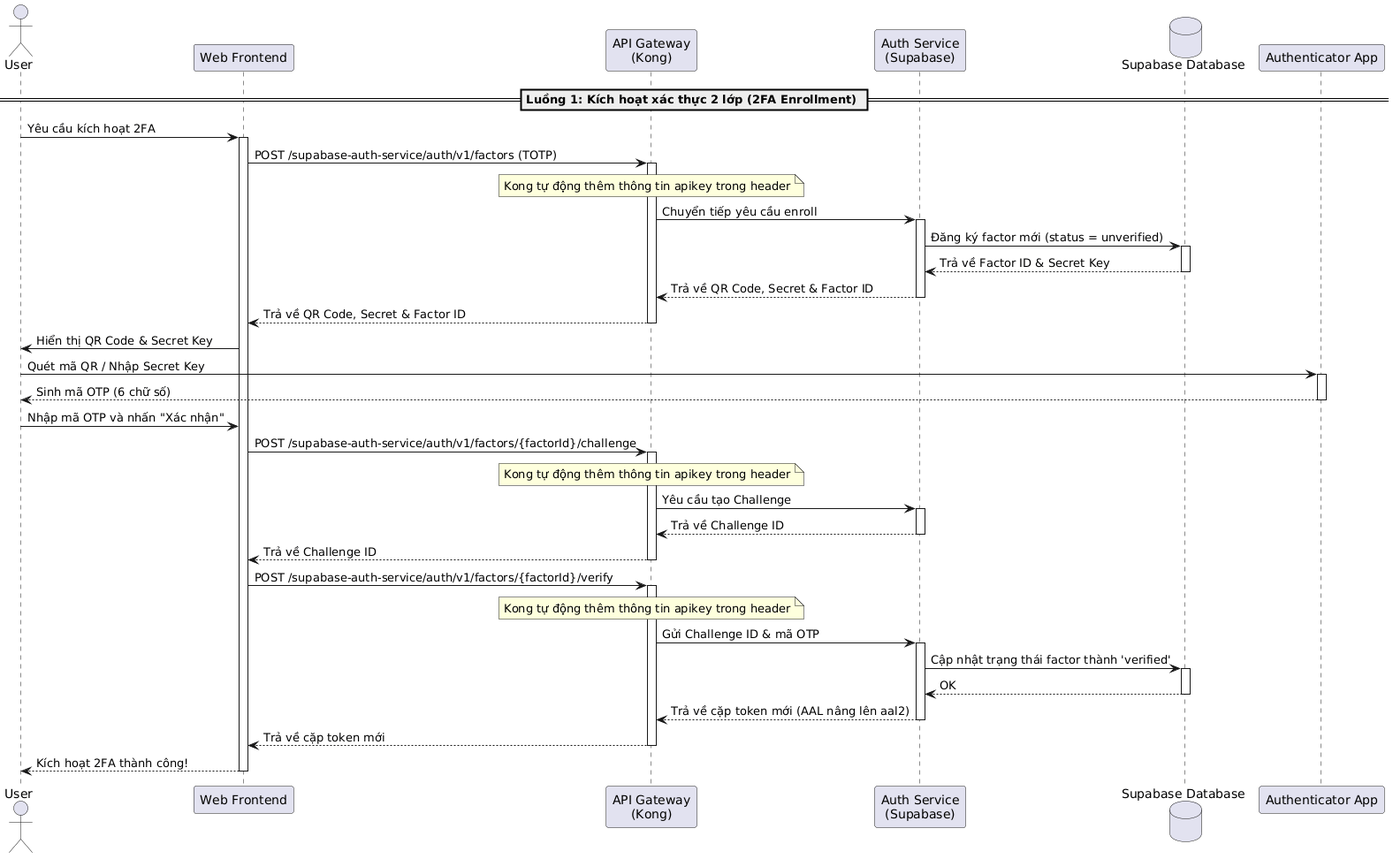
20206205Tech/docs-latex keeps this PlantUML diagram as latex/contents/Sequence/UML-Sequence-UserMfaEnrollment.png. Above is the earlier version.
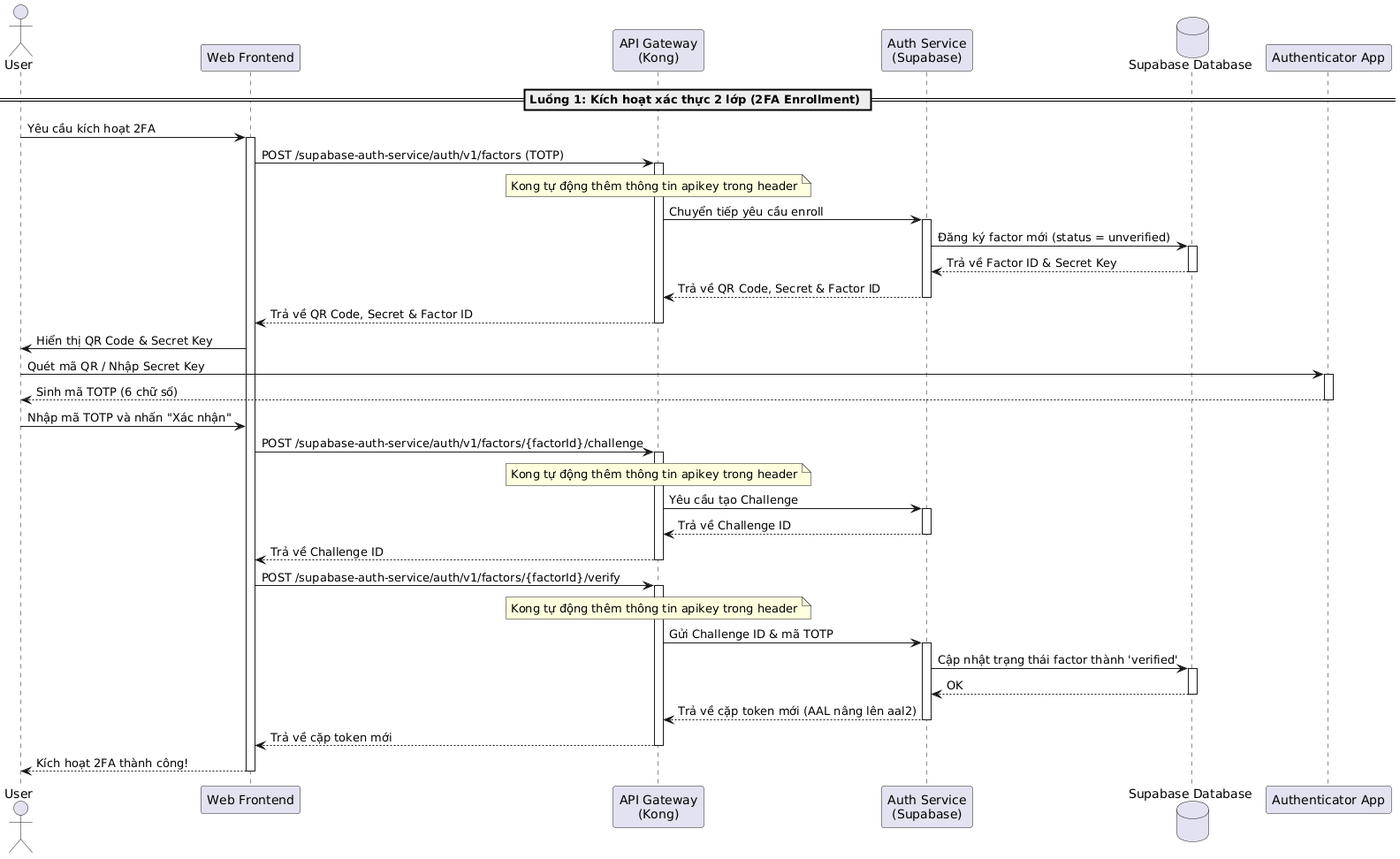
The same file after the commit.

What changed in the source:
```diff
@@ -27,10 +27,10 @@
 Frontend -> User: Hiển thị QR Code & Secret Key
 User -> AuthApp: Quét mã QR / Nhập Secret Key
 activate AuthApp
-AuthApp --> User: Sinh mã OTP (6 chữ số)
+AuthApp --> User: Sinh mã TOTP (6 chữ số)
 deactivate AuthApp
 
-User -> Frontend: Nhập mã OTP và nhấn "Xác nhận"
+User -> Frontend: Nhập mã TOTP và nhấn "Xác nhận"
 Frontend -> Kong: POST /supabase-auth-service/auth/v1/factors/{factorId}/challenge
 activate Kong
 note over Kong: Kong tự động thêm thông tin apikey trong header
@@ -44,7 +44,7 @@
 Frontend -> Kong: POST /supabase-auth-service/auth/v1/factors/{factorId}/verify
 activate Kong
 note over Kong: Kong tự động thêm thông tin apikey trong header
-Kong -> AuthService: Gửi Challenge ID & mã OTP
+Kong -> AuthService: Gửi Challenge ID & mã TOTP
 activate AuthService
 AuthService -> DB: Cập nhật trạng thái factor thành 'verified'
 activate DB
```
